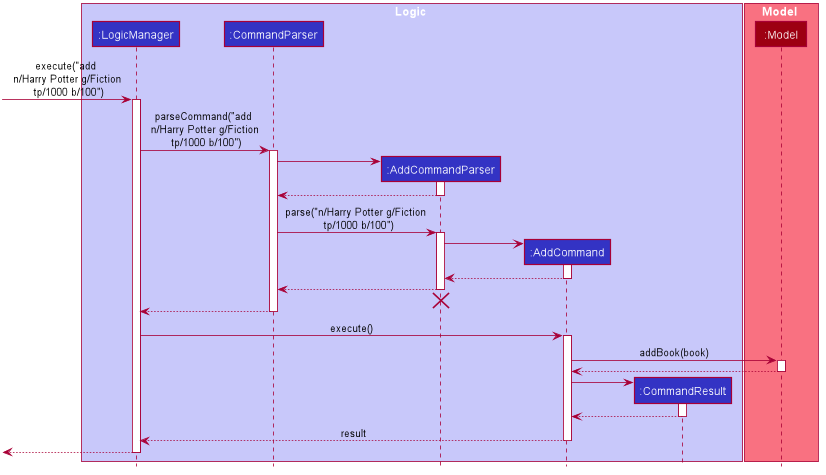
pennhanlee/tp keeps this PlantUML diagram as docs/images/AddSequenceDiagram.png. Above is the earlier version.
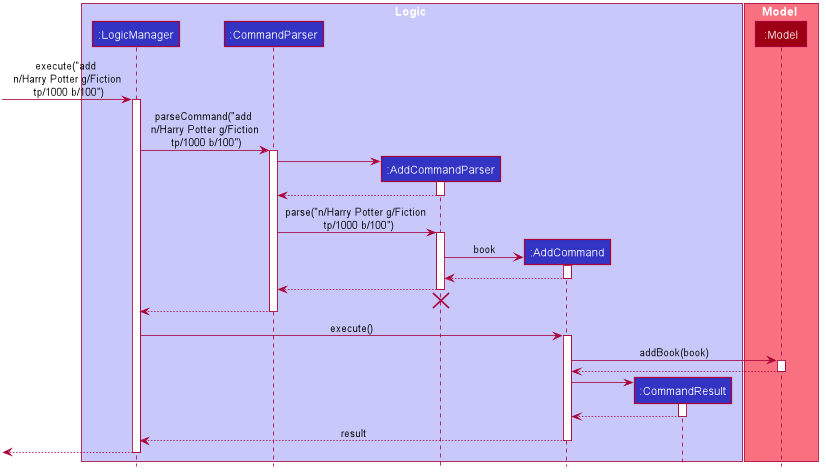
Above is the later version.

Commit message:
Edit AddSequenceDiagram.puml and removed Alternatives for Did you mean feature

The edit, as a diff of the source:
```diff
@@ -77,7 +77,7 @@
 activate AddCommandParser
 
 create AddCommand
-AddCommandParser -> AddCommand
+AddCommandParser -> AddCommand : book
 activate AddCommand
 
 AddCommand --> AddCommandParser :
```
